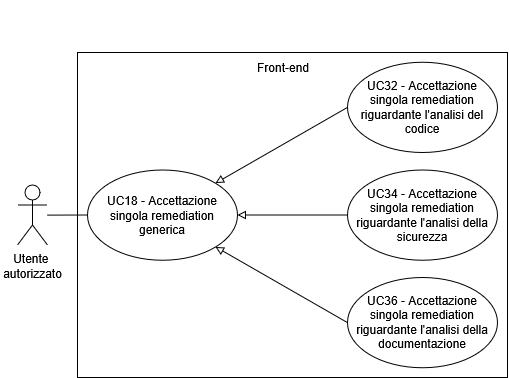
The draw.io diagram assets/diagrams/UC18.png in SkarabGroup/DocumentazioneProgetto, before a commit. Source tidied: cells renumbered, new cells last; positions are measured from the earlier drawing's top-left corner, leaving out a move shared by most shapes.
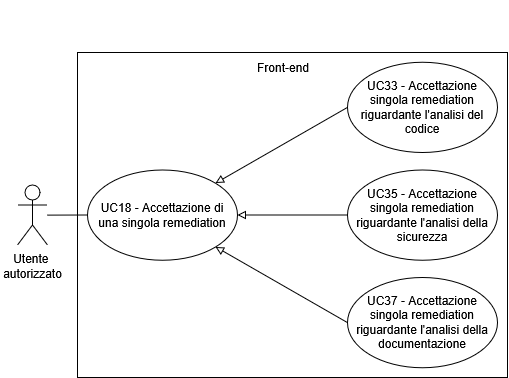
The same diagram one commit later.

What changed in the source:
```diff
@@ -16,7 +16,7 @@
         <mxPoint x="40" y="207.6" as="sourcePoint" />
       </mxGeometry>
     </mxCell>
-    <mxCell id="5" value="UC18 - Accettazione singola remediation generica" style="ellipse;whiteSpace=wrap;html=1;" parent="1" vertex="1">
+    <mxCell id="5" value="&lt;div&gt;UC18 - Accettazione di&lt;/div&gt;&lt;div&gt;&amp;nbsp;una singola remediation&amp;nbsp;&lt;/div&gt;" style="ellipse;whiteSpace=wrap;html=1;" parent="1" vertex="1">
       <mxGeometry x="80" y="162.4" width="150" height="90.2" as="geometry" />
     </mxCell>
     <mxCell id="6" style="endArrow=classic;html=1;rounded=0;" parent="1" edge="1">
@@ -25,16 +25,16 @@
         <mxPoint y="45" as="targetPoint" />
       </mxGeometry>
     </mxCell>
-    <mxCell id="7" value="UC32 - Accettazione singola remediation riguardante l'analisi del codice" style="ellipse;whiteSpace=wrap;html=1;" parent="1" vertex="1">
+    <mxCell id="7" value="UC33 - Accettazione singola remediation riguardante l'analisi del codice" style="ellipse;whiteSpace=wrap;html=1;" parent="1" vertex="1">
       <mxGeometry x="340" y="54.8" width="150" height="90.2" as="geometry" />
     </mxCell>
-    <mxCell id="8" value="UC34 - Accettazione singola remediation riguardante l'analisi della sicurezza" style="ellipse;whiteSpace=wrap;html=1;" parent="1" vertex="1">
+    <mxCell id="8" value="UC35 - Accettazione singola remediation riguardante l'analisi della sicurezza" style="ellipse;whiteSpace=wrap;html=1;" parent="1" vertex="1">
       <mxGeometry x="340" y="162.4" width="150" height="90.2" as="geometry" />
     </mxCell>
     <mxCell id="9" value="Front-end" style="text;html=1;whiteSpace=wrap;strokeColor=none;fillColor=none;align=center;verticalAlign=middle;rounded=0;" parent="1" vertex="1">
       <mxGeometry x="246" y="45" width="60" height="30" as="geometry" />
     </mxCell>
-    <mxCell id="10" value="UC36 - Accettazione singola remediation riguardante l'analisi della documentazione" style="ellipse;whiteSpace=wrap;html=1;" parent="1" vertex="1">
+    <mxCell id="10" value="UC37 - Accettazione singola remediation riguardante l'analisi della documentazione" style="ellipse;whiteSpace=wrap;html=1;" parent="1" vertex="1">
       <mxGeometry x="340" y="270" width="150" height="90.2" as="geometry" />
     </mxCell>
     <mxCell id="11" value="&lt;div&gt;Utente&amp;nbsp;&lt;/div&gt;&lt;div&gt;autorizzato&lt;/div&gt;" style="shape=umlActor;verticalLabelPosition=bottom;verticalAlign=top;html=1;" parent="1" vertex="1">
```
